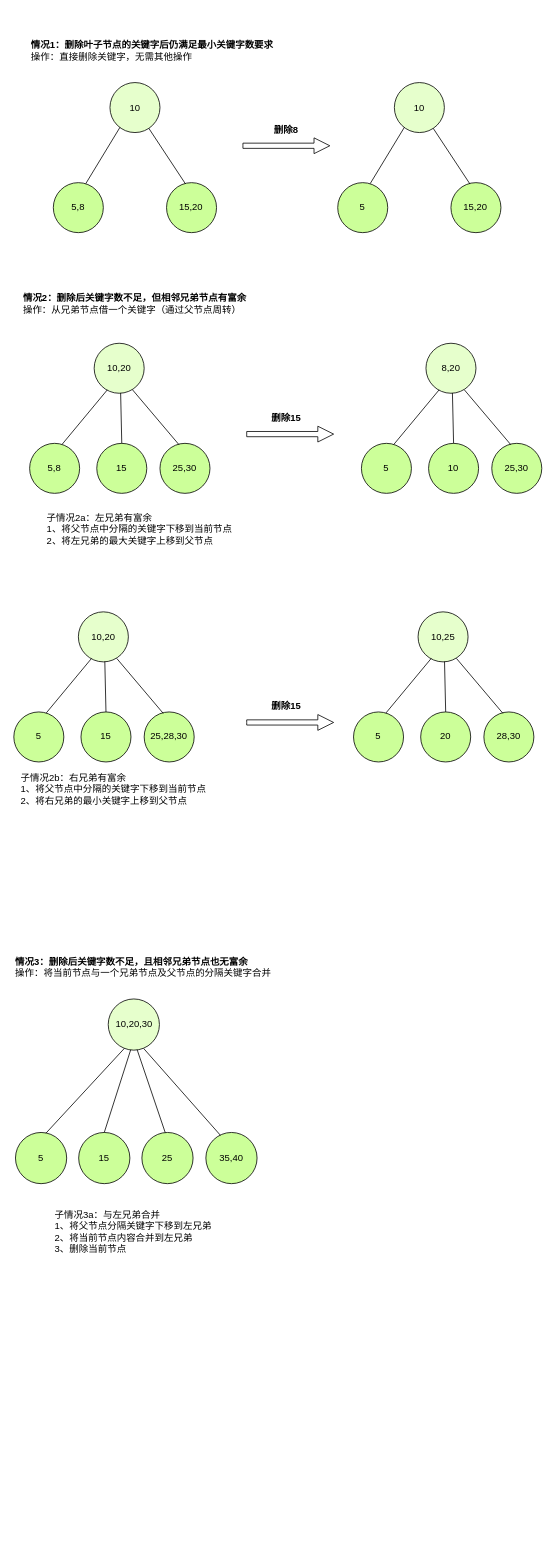
Above: algorithm_diagram/B树删除.drawio in abigalexy/online_drawing (draw.io), before the change. Source tidied: cells renumbered, new cells numbered last; positions are measured from the earlier drawing's top-left corner, leaving out a move shared by most shapes. Both pictures are drawn from the tidied source at 79%, with x=0, y=0 at pixel (13, 19).
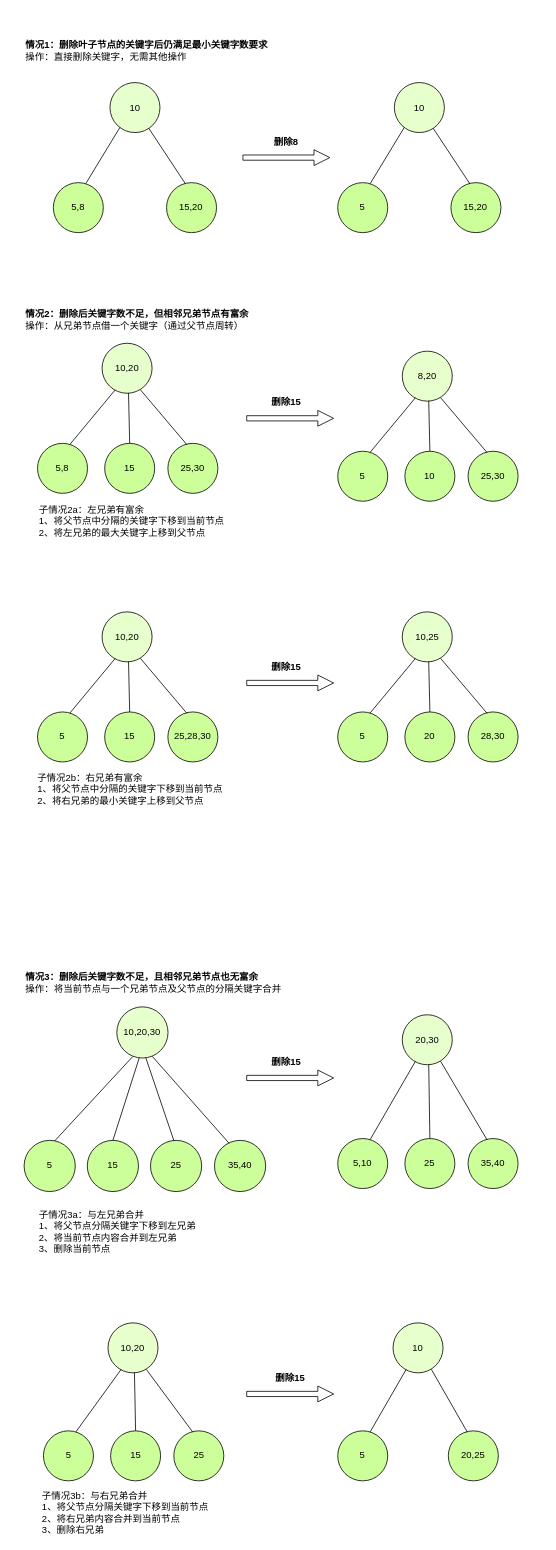
The same diagram, later.

Commit message:
更新B树删除.drawio

The edit, as a diff of the source:
```diff
@@
     <mxCell id="13" value="&lt;div&gt;&lt;b&gt;情况1：删除叶子节点的关键字后仍满足最小关键字数要求&lt;/b&gt;&lt;/div&gt;&lt;div&gt;操作：直接删除关键字，无需其他操作&lt;/div&gt;" style="text;strokeColor=none;align=left;fillColor=none;html=1;verticalAlign=middle;whiteSpace=wrap;rounded=0;" parent="1" vertex="1">
-      <mxGeometry x="20" y="20" width="320" height="40" as="geometry" />
+      <mxGeometry x="13" y="20" width="320" height="40" as="geometry" />
     </mxCell>
@@
     <mxCell id="24" style="html=1;shadow=0;dashed=0;align=center;verticalAlign=middle;shape=mxgraph.arrows2.arrow;dy=0.67;dx=20;notch=0;" parent="1" vertex="1">
-      <mxGeometry x="290" y="150" width="110" height="20" as="geometry" />
+      <mxGeometry x="290" y="165" width="110" height="20" as="geometry" />
     </mxCell>
     <mxCell id="25" value="&lt;b&gt;删除8&lt;/b&gt;" style="text;strokeColor=none;align=center;fillColor=none;html=1;verticalAlign=middle;whiteSpace=wrap;rounded=0;" parent="1" vertex="1">
-      <mxGeometry x="325" y="130" width="40" height="20" as="geometry" />
+      <mxGeometry x="325" y="145" width="40" height="20" as="geometry" />
     </mxCell>
     <mxCell id="26" value="&lt;div&gt;&lt;b&gt;情况2：删除后关键字数不足，但相邻兄弟节点有富余&lt;/b&gt;&lt;/div&gt;&lt;div&gt;操作：从兄弟节点借一个关键字（通过父节点周转）&lt;/div&gt;" style="text;strokeColor=none;align=left;fillColor=none;html=1;verticalAlign=middle;whiteSpace=wrap;rounded=0;" parent="1" vertex="1">
-      <mxGeometry x="10" y="340" width="290" height="40" as="geometry" />
+      <mxGeometry x="13" y="360" width="290" height="40" as="geometry" />
     </mxCell>
     <mxCell id="27" value="&lt;div&gt;子情况2a：左兄弟有富余&lt;/div&gt;&lt;div&gt;1、将父节点中分隔的关键字下移到当前节点&lt;/div&gt;&lt;div&gt;2、将左兄弟的最大关键字上移到父节点&lt;/div&gt;" style="text;strokeColor=none;align=left;fillColor=none;html=1;verticalAlign=middle;whiteSpace=wrap;rounded=0;" parent="1" vertex="1">
-      <mxGeometry x="40" y="620" width="250" height="50" as="geometry" />
+      <mxGeometry x="30" y="610" width="250" height="50" as="geometry" />
     </mxCell>
     <mxCell id="28" style="group;" parent="1" vertex="1">
-      <mxGeometry x="20" y="410" width="228.3" height="190" as="geometry" />
+      <mxGeometry x="30" y="410" width="228.3" height="190" as="geometry" />
     </mxCell>
@@
     <mxCell id="41" style="group;" parent="1" vertex="1">
-      <mxGeometry x="440" y="410" width="228.3" height="190" as="geometry" />
+      <mxGeometry x="410" y="420" width="228.3" height="190" as="geometry" />
     </mxCell>
@@
     <mxCell id="54" style="html=1;shadow=0;dashed=0;align=center;verticalAlign=middle;shape=mxgraph.arrows2.arrow;dy=0.67;dx=20;notch=0;" parent="1" vertex="1">
-      <mxGeometry x="294.8" y="515" width="110" height="20" as="geometry" />
+      <mxGeometry x="294.8" y="495" width="110" height="20" as="geometry" />
     </mxCell>
     <mxCell id="55" value="&lt;b&gt;删除15&lt;/b&gt;" style="text;strokeColor=none;align=center;fillColor=none;html=1;verticalAlign=middle;whiteSpace=wrap;rounded=0;" parent="1" vertex="1">
-      <mxGeometry x="320" y="495" width="50" height="20" as="geometry" />
+      <mxGeometry x="320" y="475" width="50" height="20" as="geometry" />
     </mxCell>
     <mxCell id="56" style="group;" parent="1" vertex="1">
-      <mxGeometry y="750" width="228.3" height="190" as="geometry" />
+      <mxGeometry x="30" y="750" width="228.3" height="190" as="geometry" />
     </mxCell>
@@
     <mxCell id="69" value="&lt;div&gt;子情况2b：右兄弟有富余&lt;/div&gt;&lt;div&gt;1、将父节点中分隔的关键字下移到当前节点&lt;/div&gt;&lt;div&gt;2、将右兄弟的最小关键字上移到父节点&lt;/div&gt;" style="text;strokeColor=none;align=left;fillColor=none;html=1;verticalAlign=middle;whiteSpace=wrap;rounded=0;" parent="1" vertex="1">
-      <mxGeometry x="6.7" y="950" width="250" height="50" as="geometry" />
+      <mxGeometry x="28.3" y="950" width="250" height="50" as="geometry" />
     </mxCell>
     <mxCell id="70" style="html=1;shadow=0;dashed=0;align=center;verticalAlign=middle;shape=mxgraph.arrows2.arrow;dy=0.67;dx=20;notch=0;" parent="1" vertex="1">
-      <mxGeometry x="294.8" y="880" width="110" height="20" as="geometry" />
+      <mxGeometry x="294.8" y="830" width="110" height="20" as="geometry" />
     </mxCell>
     <mxCell id="71" value="&lt;b&gt;删除15&lt;/b&gt;" style="text;strokeColor=none;align=center;fillColor=none;html=1;verticalAlign=middle;whiteSpace=wrap;rounded=0;" parent="1" vertex="1">
-      <mxGeometry x="320" y="860" width="50" height="20" as="geometry" />
+      <mxGeometry x="320" y="810" width="50" height="20" as="geometry" />
     </mxCell>
     <mxCell id="72" style="group;" parent="1" vertex="1">
-      <mxGeometry x="430" y="750" width="228.3" height="190" as="geometry" />
+      <mxGeometry x="410" y="750" width="228.3" height="190" as="geometry" />
     </mxCell>
@@
     <mxCell id="85" value="&lt;div&gt;&lt;b&gt;情况3：删除后关键字数不足，且相邻兄弟节点也无富余&lt;/b&gt;&lt;/div&gt;&lt;div&gt;操作：将当前节点与一个兄弟节点及父节点的分隔关键字合并&lt;/div&gt;" style="text;strokeColor=none;align=left;fillColor=none;html=1;verticalAlign=middle;whiteSpace=wrap;rounded=0;" parent="1" vertex="1">
-      <mxGeometry y="1180" width="330" height="40" as="geometry" />
+      <mxGeometry x="13" y="1200" width="330" height="40" as="geometry" />
     </mxCell>
     <mxCell id="86" value="&lt;div&gt;子情况3a：与左兄弟合并&lt;/div&gt;&lt;div&gt;1、将父节点分隔关键字下移到左兄弟&lt;/div&gt;&lt;div&gt;2、将当前节点内容合并到左兄弟&lt;/div&gt;&lt;div&gt;3、删除当前节点&lt;/div&gt;" style="text;strokeColor=none;align=left;fillColor=none;html=1;verticalAlign=middle;whiteSpace=wrap;rounded=0;" parent="1" vertex="1">
-      <mxGeometry x="50" y="1500" width="211.7" height="70" as="geometry" />
+      <mxGeometry x="30" y="1500" width="211.7" height="70" as="geometry" />
     </mxCell>
     <mxCell id="87" style="group;" parent="1" vertex="1">
-      <mxGeometry x="2.1" y="1240" width="305.8" height="233.8" as="geometry" />
+      <mxGeometry x="13" y="1250" width="305.8" height="233.8" as="geometry" />
     </mxCell>
@@
+    <mxCell id="97" style="html=1;shadow=0;dashed=0;align=center;verticalAlign=middle;shape=mxgraph.arrows2.arrow;dy=0.67;dx=20;notch=0;" parent="1" vertex="1">
+      <mxGeometry x="294.8" y="1330" width="110" height="20" as="geometry" />
+    </mxCell>
+    <mxCell id="98" value="&lt;b&gt;删除15&lt;/b&gt;" style="text;strokeColor=none;align=center;fillColor=none;html=1;verticalAlign=middle;whiteSpace=wrap;rounded=0;" parent="1" vertex="1">
+      <mxGeometry x="320" y="1310" width="50" height="20" as="geometry" />
+    </mxCell>
+    <mxCell id="99" style="group;" parent="1" vertex="1">
+      <mxGeometry x="410" y="1260" width="228.3" height="220" as="geometry" />
+    </mxCell>
+    <mxCell id="100" style="group;" parent="99" vertex="1">
+      <mxGeometry x="81.7" width="70" height="63.3" as="geometry" />
+    </mxCell>
+    <mxCell id="101" style="group;" parent="100" vertex="1">
+      <mxGeometry width="63.3" height="63.3" as="geometry" />
+    </mxCell>
+    <mxCell id="102" value="20,30" style="ellipse;whiteSpace=wrap;html=1;fillColor=#E6FFCC;" parent="101" vertex="1">
+      <mxGeometry width="63.3" height="63.3" as="geometry" />
+    </mxCell>
+    <mxCell id="103" style="group;" parent="99" vertex="1">
+      <mxGeometry y="156.7" width="63.3" height="63.3" as="geometry" />
+    </mxCell>
+    <mxCell id="104" value="5,10" style="ellipse;whiteSpace=wrap;html=1;fillColor=#CCFF99;" parent="103" vertex="1">
+      <mxGeometry width="63.3" height="63.3" as="geometry" />
+    </mxCell>
+    <mxCell id="105" style="group;" parent="99" vertex="1">
+      <mxGeometry x="165" y="156.7" width="63.3" height="63.3" as="geometry" />
+    </mxCell>
+    <mxCell id="106" value="35,40" style="ellipse;whiteSpace=wrap;html=1;fillColor=#CCFF99;" parent="105" vertex="1">
+      <mxGeometry width="63.3" height="63.3" as="geometry" />
+    </mxCell>
+    <mxCell id="107" style="endArrow=none;html=1;rounded=0;entryX=0.262;entryY=0.933;entryDx=0;entryDy=0;entryPerimeter=0;exitX=0.649;exitY=0.02;exitDx=0;exitDy=0;exitPerimeter=0;" parent="99" edge="1" source="104" target="102">
+      <mxGeometry relative="1" as="geometry" />
+    </mxCell>
+    <mxCell id="108" style="endArrow=none;html=1;rounded=0;entryX=0.767;entryY=0.931;entryDx=0;entryDy=0;entryPerimeter=0;exitX=0.381;exitY=0.028;exitDx=0;exitDy=0;exitPerimeter=0;" parent="99" edge="1" source="106" target="102">
+      <mxGeometry relative="1" as="geometry" />
+    </mxCell>
+    <mxCell id="109" style="group;" parent="99" vertex="1">
+      <mxGeometry x="85" y="156.7" width="63.3" height="63.3" as="geometry" />
+    </mxCell>
+    <mxCell id="110" value="25" style="ellipse;whiteSpace=wrap;html=1;fillColor=#CCFF99;" parent="109" vertex="1">
+      <mxGeometry width="63.3" height="63.3" as="geometry" />
+    </mxCell>
+    <mxCell id="111" style="endArrow=none;html=1;rounded=0;entryX=0.529;entryY=0.995;entryDx=0;entryDy=0;exitX=0.5;exitY=0;exitDx=0;exitDy=0;entryPerimeter=0;" parent="99" edge="1" source="110" target="102">
+      <mxGeometry relative="1" as="geometry" />
+    </mxCell>
+    <mxCell id="112" value="&lt;div&gt;子情况3b：与右兄弟合并&lt;/div&gt;&lt;div&gt;1、将父节点分隔关键字下移到当前节点&lt;/div&gt;&lt;div&gt;2、将右兄弟内容合并到当前节点&lt;/div&gt;&lt;div&gt;3、删除右兄弟&lt;/div&gt;" style="text;strokeColor=none;align=left;fillColor=none;html=1;verticalAlign=middle;whiteSpace=wrap;rounded=0;" parent="1" vertex="1">
+      <mxGeometry x="34.2" y="1860" width="220" height="60" as="geometry" />
+    </mxCell>
+    <mxCell id="113" style="group;" parent="1" vertex="1">
+      <mxGeometry x="37.5" y="1650" width="228.3" height="200" as="geometry" />
+    </mxCell>
+    <mxCell id="114" style="group;" parent="113" vertex="1">
+      <mxGeometry x="81.7" width="70" height="63.3" as="geometry" />
+    </mxCell>
+    <mxCell id="115" style="group;" parent="114" vertex="1">
+      <mxGeometry width="63.3" height="63.3" as="geometry" />
+    </mxCell>
+    <mxCell id="116" value="10,20" style="ellipse;whiteSpace=wrap;html=1;fillColor=#E6FFCC;" parent="115" vertex="1">
+      <mxGeometry width="63.3" height="63.3" as="geometry" />
+    </mxCell>
+    <mxCell id="117" style="group;" parent="113" vertex="1">
+      <mxGeometry y="136.7" width="63.3" height="63.3" as="geometry" />
+    </mxCell>
+    <mxCell id="118" value="5" style="ellipse;whiteSpace=wrap;html=1;fillColor=#CCFF99;" parent="117" vertex="1">
+      <mxGeometry width="63.3" height="63.3" as="geometry" />
+    </mxCell>
+    <mxCell id="119" style="group;" parent="113" vertex="1">
+      <mxGeometry x="165" y="136.7" width="63.3" height="63.3" as="geometry" />
+    </mxCell>
+    <mxCell id="120" value="25" style="ellipse;whiteSpace=wrap;html=1;fillColor=#CCFF99;" parent="119" vertex="1">
+      <mxGeometry width="63.3" height="63.3" as="geometry" />
+    </mxCell>
+    <mxCell id="121" style="endArrow=none;html=1;rounded=0;entryX=0.262;entryY=0.933;entryDx=0;entryDy=0;entryPerimeter=0;exitX=0.649;exitY=0.02;exitDx=0;exitDy=0;exitPerimeter=0;" parent="113" edge="1" source="118" target="116">
+      <mxGeometry relative="1" as="geometry" />
+    </mxCell>
+    <mxCell id="122" style="endArrow=none;html=1;rounded=0;entryX=0.767;entryY=0.931;entryDx=0;entryDy=0;entryPerimeter=0;exitX=0.381;exitY=0.028;exitDx=0;exitDy=0;exitPerimeter=0;" parent="113" edge="1" source="120" target="116">
+      <mxGeometry relative="1" as="geometry" />
+    </mxCell>
+    <mxCell id="123" style="group;" parent="113" vertex="1">
+      <mxGeometry x="85" y="136.7" width="63.3" height="63.3" as="geometry" />
+    </mxCell>
+    <mxCell id="124" value="15" style="ellipse;whiteSpace=wrap;html=1;fillColor=#CCFF99;" parent="123" vertex="1">
+      <mxGeometry width="63.3" height="63.3" as="geometry" />
+    </mxCell>
+    <mxCell id="125" style="endArrow=none;html=1;rounded=0;entryX=0.529;entryY=0.995;entryDx=0;entryDy=0;exitX=0.5;exitY=0;exitDx=0;exitDy=0;entryPerimeter=0;" parent="113" edge="1" source="124" target="116">
+      <mxGeometry relative="1" as="geometry" />
+    </mxCell>
+    <mxCell id="126" style="html=1;shadow=0;dashed=0;align=center;verticalAlign=middle;shape=mxgraph.arrows2.arrow;dy=0.67;dx=20;notch=0;" parent="1" vertex="1">
+      <mxGeometry x="294.8" y="1730" width="110" height="20" as="geometry" />
+    </mxCell>
+    <mxCell id="127" value="&lt;b&gt;删除15&lt;/b&gt;" style="text;strokeColor=none;align=center;fillColor=none;html=1;verticalAlign=middle;whiteSpace=wrap;rounded=0;" parent="1" vertex="1">
+      <mxGeometry x="324.8" y="1710" width="50" height="20" as="geometry" />
+    </mxCell>
+    <mxCell id="128" style="group;" parent="1" vertex="1">
+      <mxGeometry x="410" y="1650" width="203.3" height="200" as="geometry" />
+    </mxCell>
+    <mxCell id="129" style="group;" parent="128" vertex="1">
+      <mxGeometry x="70" width="70" height="63.3" as="geometry" />
+    </mxCell>
+    <mxCell id="130" style="group;" parent="129" vertex="1">
+      <mxGeometry width="63.3" height="63.3" as="geometry" />
+    </mxCell>
+    <mxCell id="131" value="10" style="ellipse;whiteSpace=wrap;html=1;fillColor=#E6FFCC;" parent="130" vertex="1">
+      <mxGeometry width="63.3" height="63.3" as="geometry" />
+    </mxCell>
+    <mxCell id="132" style="group;" parent="128" vertex="1">
+      <mxGeometry y="136.7" width="63.3" height="63.3" as="geometry" />
+    </mxCell>
+    <mxCell id="133" value="5" style="ellipse;whiteSpace=wrap;html=1;fillColor=#CCFF99;" parent="132" vertex="1">
+      <mxGeometry width="63.3" height="63.3" as="geometry" />
+    </mxCell>
+    <mxCell id="134" style="group;" parent="128" vertex="1">
+      <mxGeometry x="140" y="136.7" width="63.3" height="63.3" as="geometry" />
+    </mxCell>
+    <mxCell id="135" value="20,25" style="ellipse;whiteSpace=wrap;html=1;fillColor=#CCFF99;" parent="134" vertex="1">
+      <mxGeometry width="63.3" height="63.3" as="geometry" />
+    </mxCell>
+    <mxCell id="136" style="endArrow=none;html=1;rounded=0;entryX=0.262;entryY=0.933;entryDx=0;entryDy=0;entryPerimeter=0;exitX=0.649;exitY=0.02;exitDx=0;exitDy=0;exitPerimeter=0;" parent="128" edge="1" source="133" target="131">
+      <mxGeometry relative="1" as="geometry" />
+    </mxCell>
+    <mxCell id="137" style="endArrow=none;html=1;rounded=0;entryX=0.767;entryY=0.931;entryDx=0;entryDy=0;entryPerimeter=0;exitX=0.381;exitY=0.028;exitDx=0;exitDy=0;exitPerimeter=0;" parent="128" edge="1" source="135" target="131">
+      <mxGeometry relative="1" as="geometry" />
+    </mxCell>
```
